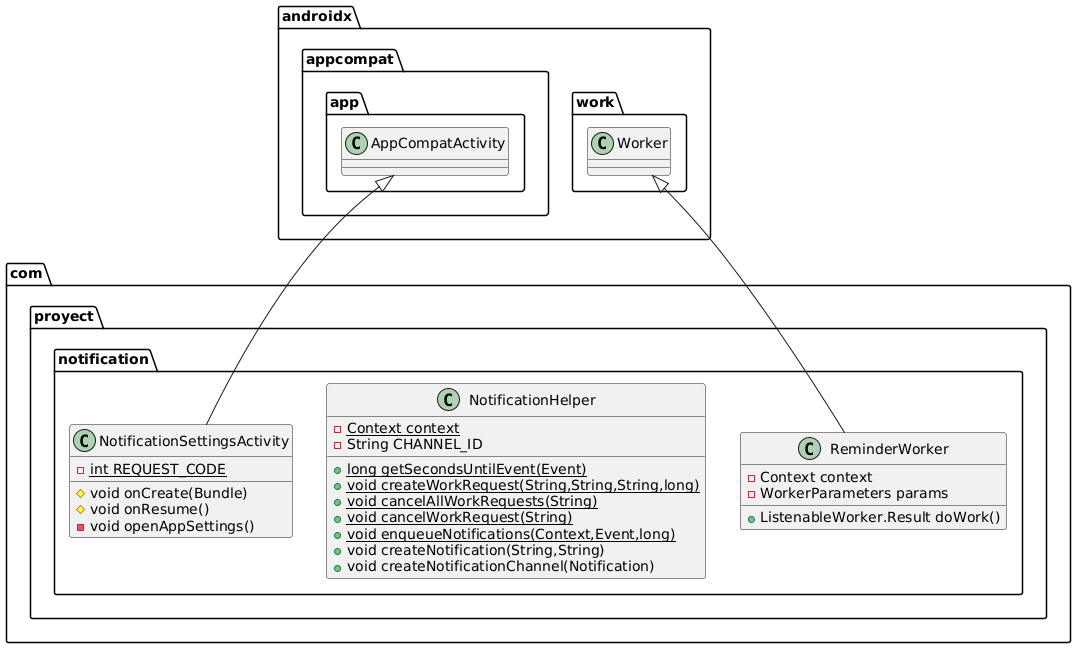
Diroween/Eventia keeps this PlantUML diagram as DOCUMENTOS/Diagramas y esquemas/notificationUML.png. Above is the earlier version. The source it was exported from:
```plantuml
@startuml
class com.proyect.notification.NotificationSettingsActivity {
- {static} int REQUEST_CODE
# void onCreate(Bundle)
# void onResume()
- void openAppSettings()
}


class com.proyect.notification.NotificationHelper {
- {static} Context context
- String CHANNEL_ID
+ {static} long getSecondsUntilEvent(Event)
+ {static} void createWorkRequest(String,String,String,long)
+ {static} void cancelAllWorkRequests(String)
+ {static} void cancelWorkRequest(String)
+ {static} void enqueueNotifications(Context,Event,long)
+ void createNotification(String,String)
+ void createNotificationChannel(Notification)
}


class com.proyect.notification.ReminderWorker {
- Context context
- WorkerParameters params
+ ListenableWorker.Result doWork()
}




androidx.appcompat.app.AppCompatActivity <|-- com.proyect.notification.NotificationSettingsActivity
androidx.work.Worker <|-- com.proyect.notification.ReminderWorker
@enduml
```
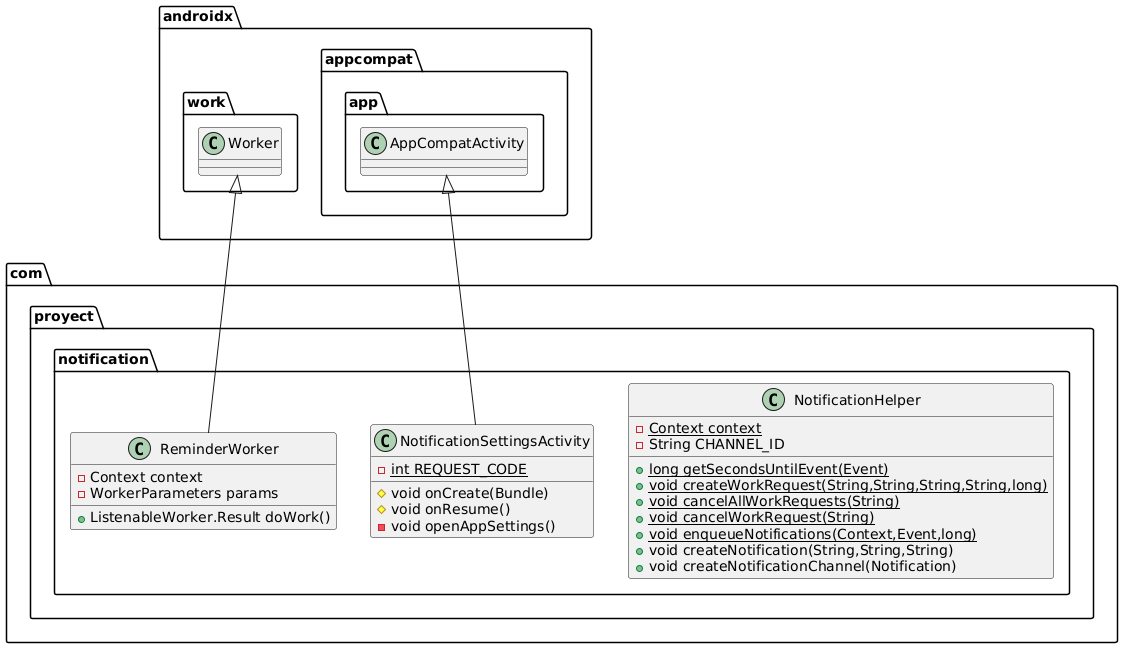
Later version of the same file.

Change to the diagram source:
```diff
@@ -1,4 +1,11 @@
 @startuml
+class com.proyect.notification.ReminderWorker {
+- Context context
+- WorkerParameters params
++ ListenableWorker.Result doWork()
+}
+
+
 class com.proyect.notification.NotificationSettingsActivity {
 - {static} int REQUEST_CODE
 # void onCreate(Bundle)
@@ -11,24 +18,17 @@
 - {static} Context context
 - String CHANNEL_ID
 + {static} long getSecondsUntilEvent(Event)
-+ {static} void createWorkRequest(String,String,String,long)
++ {static} void createWorkRequest(String,String,String,String,long)
 + {static} void cancelAllWorkRequests(String)
 + {static} void cancelWorkRequest(String)
 + {static} void enqueueNotifications(Context,Event,long)
-+ void createNotification(String,String)
++ void createNotification(String,String,String)
 + void createNotificationChannel(Notification)
-}
-
-
-class com.proyect.notification.ReminderWorker {
-- Context context
-- WorkerParameters params
-+ ListenableWorker.Result doWork()
 }
 
 
 
 
+androidx.work.Worker <|-- com.proyect.notification.ReminderWorker
 androidx.appcompat.app.AppCompatActivity <|-- com.proyect.notification.NotificationSettingsActivity
-androidx.work.Worker <|-- com.proyect.notification.ReminderWorker
 @enduml
```
